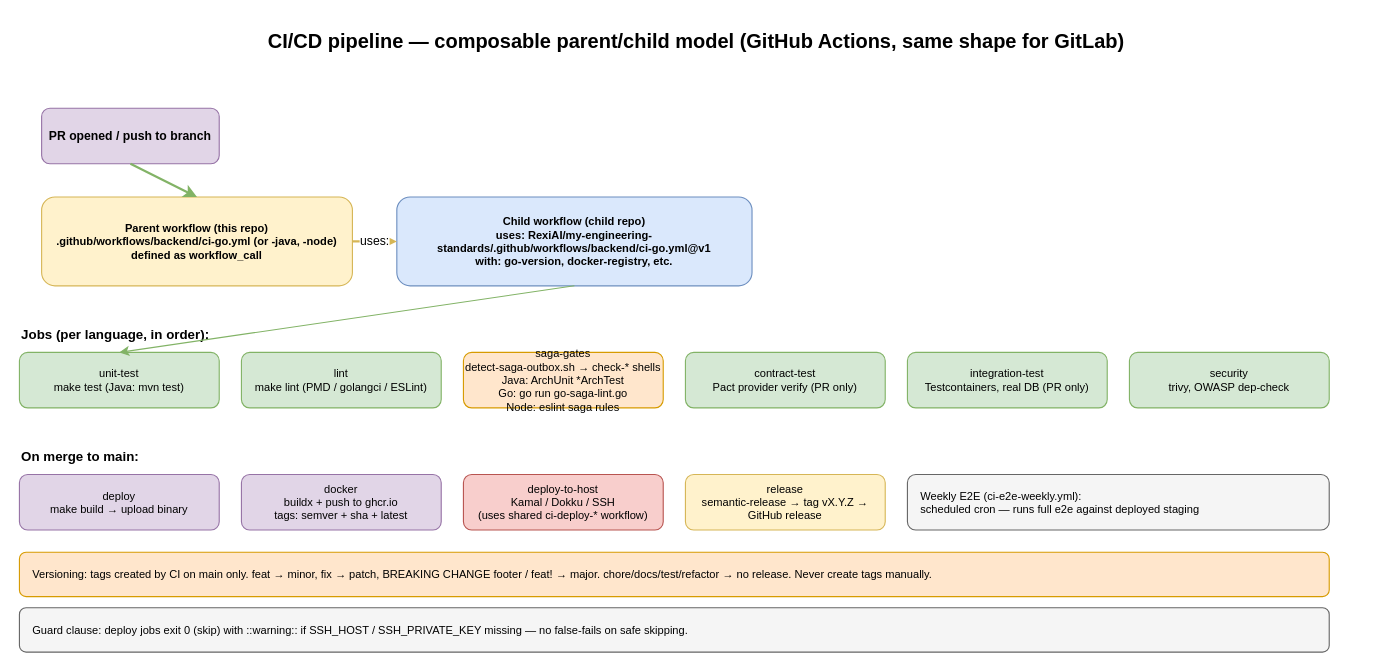
RexiAI/my-engineering-standards keeps this draw.io diagram as docs/diagrams/09-cicd-pipeline.drawio. Above is the earlier version. Source tidied: cells renumbered, new cells numbered last; positions are measured from the earlier drawing's top-left corner, leaving out a move shared by most shapes. Both pictures are drawn from the tidied source at 111%, with x=0, y=0 at pixel (19, 19).
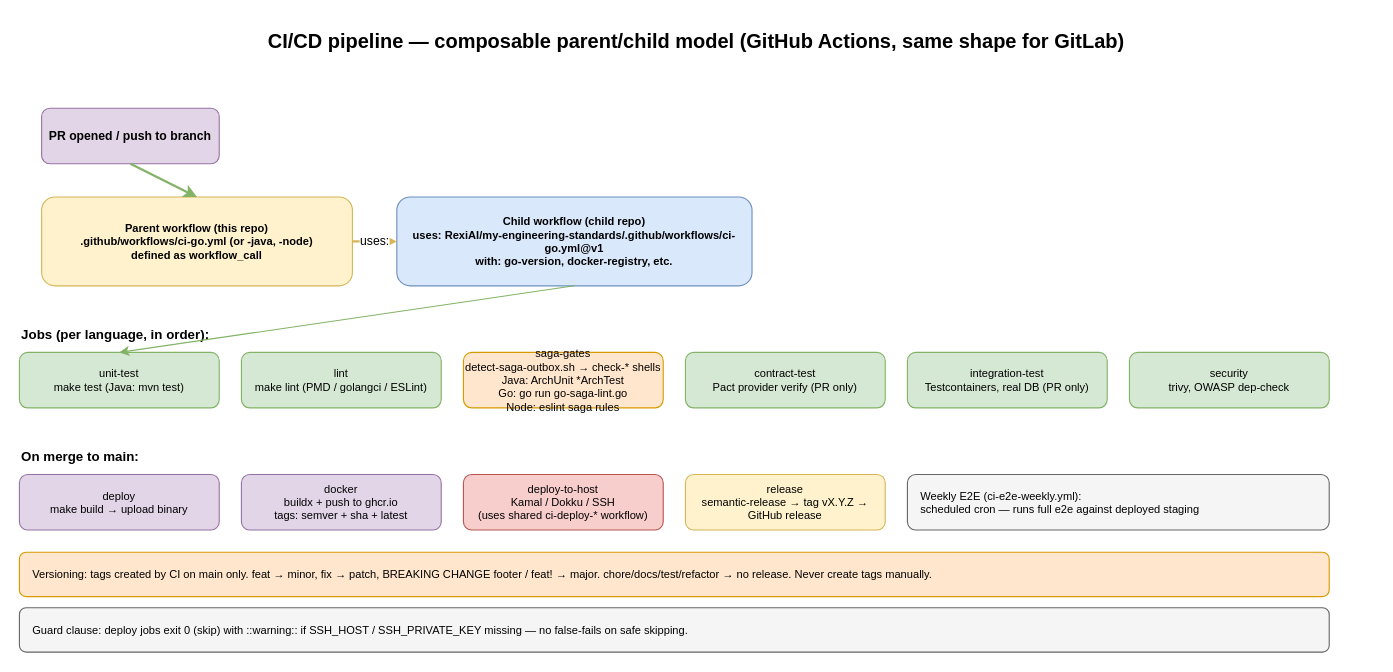
After the change.

Diff of the diagram source:
```diff
@@
-    <mxCell id="4" value="Parent workflow (this repo)&#10;.github/workflows/backend/ci-go.yml (or -java, -node)&#10;defined as workflow_call" style="rounded=1;whiteSpace=wrap;html=1;fillColor=#fff2cc;strokeColor=#d6b656;fontSize=10;fontStyle=1;" parent="1" vertex="1">
+    <mxCell id="4" value="Parent workflow (this repo)&#10;.github/workflows/ci-go.yml (or -java, -node)&#10;defined as workflow_call" style="rounded=1;whiteSpace=wrap;html=1;fillColor=#fff2cc;strokeColor=#d6b656;fontSize=10;fontStyle=1;" parent="1" vertex="1">
       <mxGeometry x="20" y="160" width="280" height="80" as="geometry" />
     </mxCell>
-    <mxCell id="5" value="Child workflow (child repo)&#10;uses: RexiAI/my-engineering-standards/.github/workflows/backend/ci-go.yml@v1&#10;with: go-version, docker-registry, etc." style="rounded=1;whiteSpace=wrap;html=1;fillColor=#dae8fc;strokeColor=#6c8ebf;fontSize=10;fontStyle=1;" parent="1" vertex="1">
+    <mxCell id="5" value="Child workflow (child repo)&#10;uses: RexiAI/my-engineering-standards/.github/workflows/ci-go.yml@v1&#10;with: go-version, docker-registry, etc." style="rounded=1;whiteSpace=wrap;html=1;fillColor=#dae8fc;strokeColor=#6c8ebf;fontSize=10;fontStyle=1;" parent="1" vertex="1">
       <mxGeometry x="340" y="160" width="320" height="80" as="geometry" />
     </mxCell>
```
